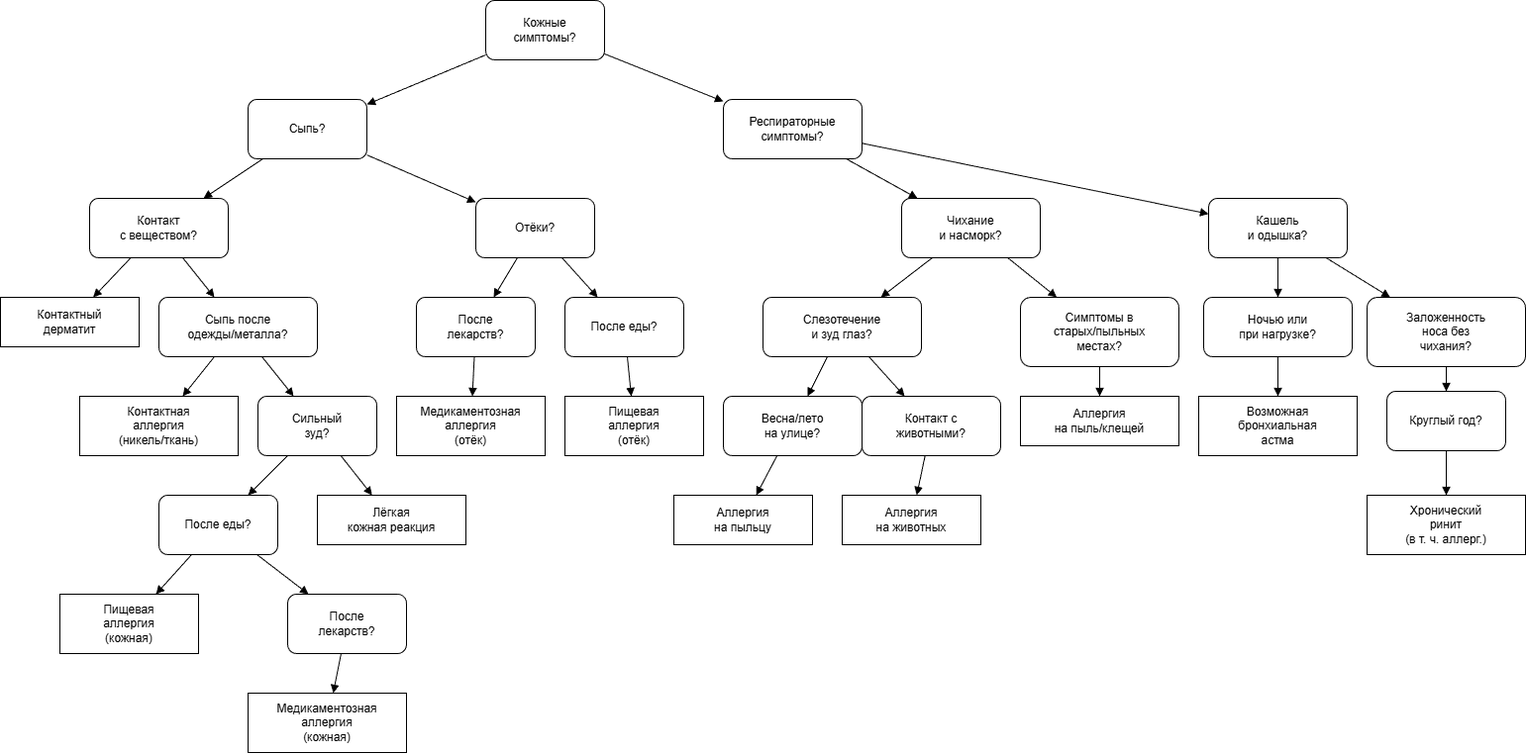
Before: Coursework/Tree_allergy.png, a diagram exported from draw.io (Le-one2k24/Graphs). Source tidied: cells renumbered, new cells last; positions are measured from the earlier drawing's top-left corner, leaving out a move shared by most shapes.
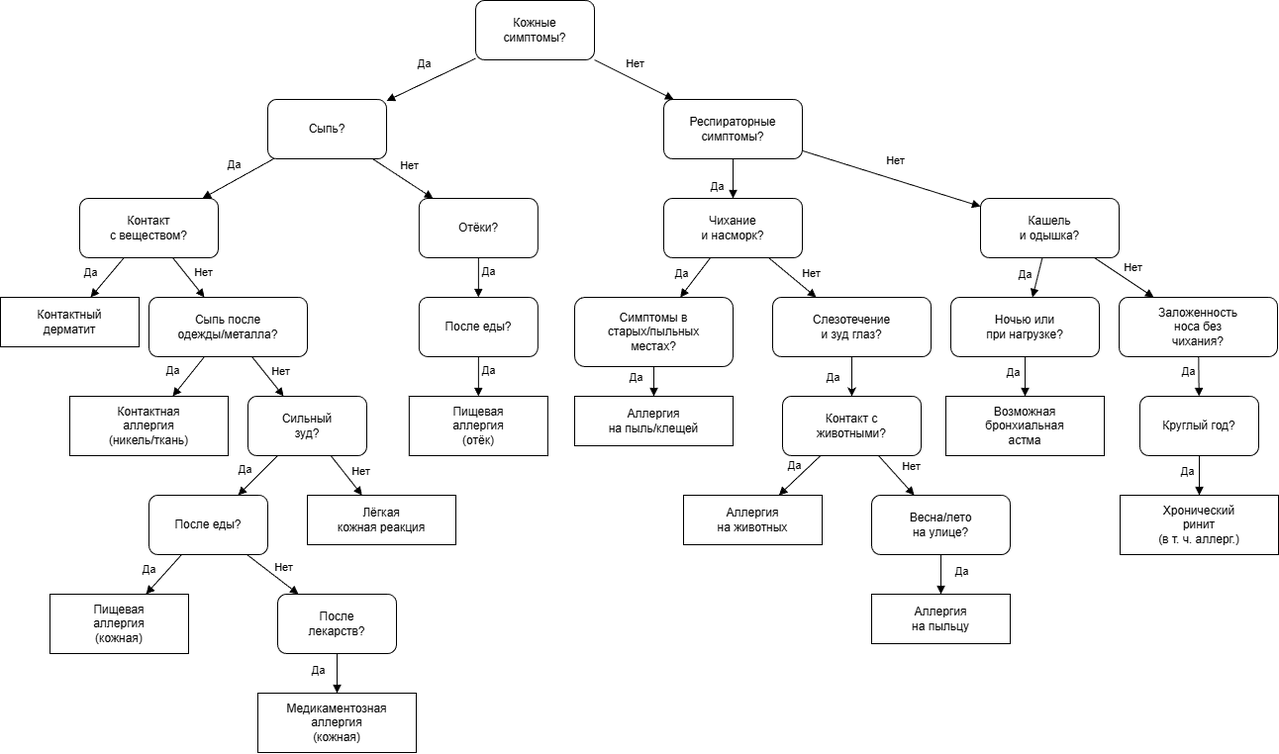
The same file after the commit.

The edit, as a diff of the source:
```diff
@@ -8,3 +8,3 @@
     <mxCell id="3" value="Сыпь?" style="rounded=1;whiteSpace=wrap;html=1;align=center;" parent="1" vertex="1">
-      <mxGeometry x="250" y="100" width="120" height="60" as="geometry" />
+      <mxGeometry x="280" y="100" width="120" height="60" as="geometry" />
     </mxCell>
@@ -13,4 +13,9 @@
     </mxCell>
+    <mxCell id="65" value="Да" style="edgeLabel;html=1;align=center;verticalAlign=middle;labelBackgroundColor=none;" parent="4" vertex="1">
+      <mxGeometry x="-0.12" y="-3" relative="1" as="geometry">
+        <mxPoint x="-11" y="-11" as="offset" />
+      </mxGeometry>
+    </mxCell>
     <mxCell id="5" value="Респираторные&#10;симптомы?" style="rounded=1;whiteSpace=wrap;html=1;align=center;" parent="1" vertex="1">
-      <mxGeometry x="730" y="100" width="140" height="60" as="geometry" />
+      <mxGeometry x="680" y="100" width="140" height="60" as="geometry" />
     </mxCell>
@@ -19,2 +24,7 @@
     </mxCell>
+    <mxCell id="66" value="Нет" style="edgeLabel;html=1;align=center;verticalAlign=middle;labelBackgroundColor=none;" parent="6" vertex="1">
+      <mxGeometry x="-0.15" y="-2" relative="1" as="geometry">
+        <mxPoint x="7" y="-15" as="offset" />
+      </mxGeometry>
+    </mxCell>
     <mxCell id="7" value="Контакт&#10;с веществом?" style="rounded=1;whiteSpace=wrap;html=1;align=center;" parent="1" vertex="1">
@@ -25,4 +35,9 @@
     </mxCell>
+    <mxCell id="67" value="Да" style="edgeLabel;html=1;align=center;verticalAlign=middle;labelBackgroundColor=none;" parent="8" vertex="1">
+      <mxGeometry x="-0.18" y="-3" relative="1" as="geometry">
+        <mxPoint x="-10" y="-8" as="offset" />
+      </mxGeometry>
+    </mxCell>
     <mxCell id="9" value="Отёки?" style="rounded=1;whiteSpace=wrap;html=1;align=center;" parent="1" vertex="1">
-      <mxGeometry x="480" y="200" width="120" height="60" as="geometry" />
+      <mxGeometry x="432.8" y="200" width="120" height="60" as="geometry" />
     </mxCell>
@@ -31,4 +46,9 @@
     </mxCell>
+    <mxCell id="68" value="Нет" style="edgeLabel;html=1;align=center;verticalAlign=middle;labelBackgroundColor=none;" parent="10" vertex="1">
+      <mxGeometry x="0.11" y="1" relative="1" as="geometry">
+        <mxPoint x="2" y="-15" as="offset" />
+      </mxGeometry>
+    </mxCell>
     <mxCell id="11" value="Контактный&#10;дерматит" style="shape=rectangle;rounded=0;whiteSpace=wrap;html=1;align=center;" parent="1" vertex="1">
-      <mxGeometry y="300" width="140" height="50" as="geometry" />
+      <mxGeometry x="10" y="300" width="140" height="50" as="geometry" />
     </mxCell>
@@ -37,2 +57,7 @@
     </mxCell>
+    <mxCell id="69" value="Да" style="edgeLabel;html=1;align=center;verticalAlign=middle;labelBackgroundColor=none;" parent="12" vertex="1">
+      <mxGeometry y="1" relative="1" as="geometry">
+        <mxPoint x="-18" y="-6" as="offset" />
+      </mxGeometry>
+    </mxCell>
     <mxCell id="13" value="Сыпь после&#10;одежды/металла?" style="rounded=1;whiteSpace=wrap;html=1;align=center;" parent="1" vertex="1">
@@ -43,2 +68,7 @@
     </mxCell>
+    <mxCell id="70" value="Нет" style="edgeLabel;html=1;align=center;verticalAlign=middle;labelBackgroundColor=none;" parent="14" vertex="1">
+      <mxGeometry x="-0.46" y="2" relative="1" as="geometry">
+        <mxPoint x="20" y="5" as="offset" />
+      </mxGeometry>
+    </mxCell>
     <mxCell id="15" value="Контактная&#10;аллергия&#10;(никель/ткань)" style="shape=rectangle;rounded=0;whiteSpace=wrap;html=1;align=center;" parent="1" vertex="1">
@@ -49,2 +79,7 @@
     </mxCell>
+    <mxCell id="71" value="Да" style="edgeLabel;html=1;align=center;verticalAlign=middle;labelBackgroundColor=none;" parent="16" vertex="1">
+      <mxGeometry x="-0.38" y="2" relative="1" as="geometry">
+        <mxPoint x="-24" as="offset" />
+      </mxGeometry>
+    </mxCell>
     <mxCell id="17" value="Сильный&#10;зуд?" style="rounded=1;whiteSpace=wrap;html=1;align=center;" parent="1" vertex="1">
@@ -55,2 +90,7 @@
     </mxCell>
+    <mxCell id="72" value="Нет" style="edgeLabel;html=1;align=center;verticalAlign=middle;labelBackgroundColor=none;" parent="18" vertex="1">
+      <mxGeometry x="-0.43" y="2" relative="1" as="geometry">
+        <mxPoint x="18" y="4" as="offset" />
+      </mxGeometry>
+    </mxCell>
     <mxCell id="19" value="После еды?" style="rounded=1;whiteSpace=wrap;html=1;align=center;" parent="1" vertex="1">
@@ -61,2 +101,7 @@
     </mxCell>
+    <mxCell id="73" value="Да" style="edgeLabel;html=1;align=center;verticalAlign=middle;labelBackgroundColor=none;" parent="20" vertex="1">
+      <mxGeometry x="-0.13" y="-3" relative="1" as="geometry">
+        <mxPoint x="-14" y="-2" as="offset" />
+      </mxGeometry>
+    </mxCell>
     <mxCell id="21" value="Пищевая&#10;аллергия&#10;(кожная)" style="shape=rectangle;rounded=0;whiteSpace=wrap;html=1;align=center;" parent="1" vertex="1">
@@ -67,2 +112,7 @@
     </mxCell>
+    <mxCell id="74" value="Да" style="edgeLabel;html=1;align=center;verticalAlign=middle;labelBackgroundColor=none;" parent="22" vertex="1">
+      <mxGeometry y="-1" relative="1" as="geometry">
+        <mxPoint x="-14" y="-5" as="offset" />
+      </mxGeometry>
+    </mxCell>
     <mxCell id="23" value="После&#10;лекарств?" style="rounded=1;whiteSpace=wrap;html=1;align=center;" parent="1" vertex="1">
@@ -73,4 +123,9 @@
     </mxCell>
+    <mxCell id="75" value="Нет" style="edgeLabel;html=1;align=center;verticalAlign=middle;labelBackgroundColor=none;" parent="24" vertex="1">
+      <mxGeometry x="0.2" relative="1" as="geometry">
+        <mxPoint x="6" y="-11" as="offset" />
+      </mxGeometry>
+    </mxCell>
     <mxCell id="25" value="Медикаментозная&#10;аллергия&#10;(кожная)" style="shape=rectangle;rounded=0;whiteSpace=wrap;html=1;align=center;" parent="1" vertex="1">
-      <mxGeometry x="250" y="700" width="160" height="60" as="geometry" />
+      <mxGeometry x="270" y="700" width="160" height="60" as="geometry" />
     </mxCell>
@@ -79,2 +134,7 @@
     </mxCell>
+    <mxCell id="76" value="Да" style="edgeLabel;html=1;align=center;verticalAlign=middle;labelBackgroundColor=none;" parent="26" vertex="1">
+      <mxGeometry x="-0.46" y="3" relative="1" as="geometry">
+        <mxPoint x="-23" y="6" as="offset" />
+      </mxGeometry>
+    </mxCell>
     <mxCell id="27" value="Лёгкая&#10;кожная реакция" style="shape=rectangle;rounded=0;whiteSpace=wrap;html=1;align=center;" parent="1" vertex="1">
@@ -85,10 +145,9 @@
     </mxCell>
-    <mxCell id="29" value="После&#10;лекарств?" style="rounded=1;whiteSpace=wrap;html=1;align=center;" parent="1" vertex="1">
-      <mxGeometry x="420" y="300" width="120" height="60" as="geometry" />
-    </mxCell>
-    <mxCell id="30" style="endArrow=block;html=1;" parent="1" edge="1" source="9" target="29">
-      <mxGeometry relative="1" as="geometry" />
-    </mxCell>
+    <mxCell id="77" value="Нет" style="edgeLabel;html=1;align=center;verticalAlign=middle;labelBackgroundColor=none;" parent="28" vertex="1">
+      <mxGeometry x="-0.27" y="4" relative="1" as="geometry">
+        <mxPoint x="15" y="3" as="offset" />
+      </mxGeometry>
+    </mxCell>
     <mxCell id="31" value="После еды?" style="rounded=1;whiteSpace=wrap;html=1;align=center;" parent="1" vertex="1">
-      <mxGeometry x="570" y="300" width="120" height="60" as="geometry" />
+      <mxGeometry x="432.8" y="300" width="120" height="60" as="geometry" />
     </mxCell>
@@ -97,10 +156,9 @@
     </mxCell>
-    <mxCell id="33" value="Медикаментозная&#10;аллергия&#10;(отёк)" style="shape=rectangle;rounded=0;whiteSpace=wrap;html=1;align=center;" parent="1" vertex="1">
-      <mxGeometry x="400" y="400" width="150" height="60" as="geometry" />
-    </mxCell>
-    <mxCell id="34" style="endArrow=block;html=1;" parent="1" edge="1" source="29" target="33">
-      <mxGeometry relative="1" as="geometry" />
-    </mxCell>
+    <mxCell id="78" value="Да" style="edgeLabel;html=1;align=center;verticalAlign=middle;labelBackgroundColor=none;" parent="32" vertex="1">
+      <mxGeometry x="-0.3" y="3" relative="1" as="geometry">
+        <mxPoint x="7" as="offset" />
+      </mxGeometry>
+    </mxCell>
     <mxCell id="35" value="Пищевая&#10;аллергия&#10;(отёк)" style="shape=rectangle;rounded=0;whiteSpace=wrap;html=1;align=center;" parent="1" vertex="1">
-      <mxGeometry x="570" y="400" width="140" height="60" as="geometry" />
+      <mxGeometry x="422.8" y="400" width="140" height="60" as="geometry" />
     </mxCell>
@@ -109,4 +167,9 @@
     </mxCell>
+    <mxCell id="79" value="Да" style="edgeLabel;html=1;align=center;verticalAlign=middle;labelBackgroundColor=none;" parent="36" vertex="1">
+      <mxGeometry x="-0.25" y="-1" relative="1" as="geometry">
+        <mxPoint x="11" y="-1" as="offset" />
+      </mxGeometry>
+    </mxCell>
     <mxCell id="37" value="Чихание&#10;и насморк?" style="rounded=1;whiteSpace=wrap;html=1;align=center;" parent="1" vertex="1">
-      <mxGeometry x="910" y="200" width="140" height="60" as="geometry" />
+      <mxGeometry x="680" y="200" width="140" height="60" as="geometry" />
     </mxCell>
@@ -115,4 +178,9 @@
     </mxCell>
+    <mxCell id="80" value="Да" style="edgeLabel;html=1;align=center;verticalAlign=middle;labelBackgroundColor=none;" parent="38" vertex="1">
+      <mxGeometry x="0.16" y="-3" relative="1" as="geometry">
+        <mxPoint x="-14" y="4" as="offset" />
+      </mxGeometry>
+    </mxCell>
     <mxCell id="39" value="Кашель&#10;и одышка?" style="rounded=1;whiteSpace=wrap;html=1;align=center;" parent="1" vertex="1">
-      <mxGeometry x="1220" y="200" width="140" height="60" as="geometry" />
+      <mxGeometry x="1000" y="200" width="140" height="60" as="geometry" />
     </mxCell>
@@ -121,4 +189,9 @@
     </mxCell>
+    <mxCell id="81" value="Нет" style="edgeLabel;html=1;align=center;verticalAlign=middle;labelBackgroundColor=none;" parent="40" vertex="1">
+      <mxGeometry x="-0.22" y="2" relative="1" as="geometry">
+        <mxPoint x="23" y="-10" as="offset" />
+      </mxGeometry>
+    </mxCell>
     <mxCell id="41" value="Слезотечение&#10;и зуд глаз?" style="rounded=1;whiteSpace=wrap;html=1;align=center;" parent="1" vertex="1">
-      <mxGeometry x="770" y="300" width="160" height="60" as="geometry" />
+      <mxGeometry x="790" y="300" width="160" height="60" as="geometry" />
     </mxCell>
@@ -127,4 +200,9 @@
     </mxCell>
+    <mxCell id="82" value="Нет" style="edgeLabel;html=1;align=center;verticalAlign=middle;labelBackgroundColor=none;" parent="42" vertex="1">
+      <mxGeometry x="0.1" y="-3" relative="1" as="geometry">
+        <mxPoint x="18" y="-9" as="offset" />
+      </mxGeometry>
+    </mxCell>
     <mxCell id="43" value="Симптомы в&#10;старых/пыльных&#10;местах?" style="rounded=1;whiteSpace=wrap;html=1;align=center;" parent="1" vertex="1">
-      <mxGeometry x="1030" y="300" width="160" height="70" as="geometry" />
+      <mxGeometry x="590" y="300" width="160" height="70" as="geometry" />
     </mxCell>
@@ -133,16 +211,23 @@
     </mxCell>
+    <mxCell id="83" value="Да" style="edgeLabel;html=1;align=center;verticalAlign=middle;labelBackgroundColor=none;" parent="44" vertex="1">
+      <mxGeometry x="0.01" y="2" relative="1" as="geometry">
+        <mxPoint x="-16" y="-6" as="offset" />
+      </mxGeometry>
+    </mxCell>
     <mxCell id="45" value="Весна/лето&#10;на улице?" style="rounded=1;whiteSpace=wrap;html=1;align=center;" parent="1" vertex="1">
-      <mxGeometry x="730" y="400" width="140" height="60" as="geometry" />
+      <mxGeometry x="890" y="500" width="140" height="60" as="geometry" />
     </mxCell>
-    <mxCell id="46" style="endArrow=block;html=1;" parent="1" edge="1" source="41" target="45">
+    <mxCell id="46" style="endArrow=block;html=1;" parent="1" edge="1" source="47" target="45">
       <mxGeometry relative="1" as="geometry" />
     </mxCell>
+    <mxCell id="84" value="Нет" style="edgeLabel;html=1;align=center;verticalAlign=middle;labelBackgroundColor=none;" parent="46" vertex="1">
+      <mxGeometry x="0.03" relative="1" as="geometry">
+        <mxPoint x="14" y="-10" as="offset" />
+      </mxGeometry>
+    </mxCell>
     <mxCell id="47" value="Контакт с&#10;животными?" style="rounded=1;whiteSpace=wrap;html=1;align=center;" parent="1" vertex="1">
-      <mxGeometry x="870" y="400" width="140" height="60" as="geometry" />
+      <mxGeometry x="800" y="400" width="140" height="60" as="geometry" />
     </mxCell>
-    <mxCell id="48" style="endArrow=block;html=1;" parent="1" edge="1" source="41" target="47">
-      <mxGeometry relative="1" as="geometry" />
-    </mxCell>
     <mxCell id="49" value="Аллергия&#10;на пыльцу" style="shape=rectangle;rounded=0;whiteSpace=wrap;html=1;align=center;" parent="1" vertex="1">
-      <mxGeometry x="680" y="500" width="140" height="50" as="geometry" />
+      <mxGeometry x="890" y="600" width="140" height="50" as="geometry" />
     </mxCell>
@@ -151,4 +236,9 @@
     </mxCell>
+    <mxCell id="85" value="Да" style="edgeLabel;html=1;align=center;verticalAlign=middle;labelBackgroundColor=none;" parent="50" vertex="1">
+      <mxGeometry x="-0.18" y="-4" relative="1" as="geometry">
+        <mxPoint x="24" as="offset" />
+      </mxGeometry>
+    </mxCell>
     <mxCell id="51" value="Аллергия&#10;на животных" style="shape=rectangle;rounded=0;whiteSpace=wrap;html=1;align=center;" parent="1" vertex="1">
-      <mxGeometry x="850" y="500" width="140" height="50" as="geometry" />
+      <mxGeometry x="700" y="500" width="140" height="50" as="geometry" />
     </mxCell>
@@ -157,4 +247,9 @@
     </mxCell>
+    <mxCell id="86" value="Да" style="edgeLabel;html=1;align=center;verticalAlign=middle;labelBackgroundColor=none;" parent="52" vertex="1">
+      <mxGeometry x="0.02" relative="1" as="geometry">
+        <mxPoint x="-6" y="-11" as="offset" />
+      </mxGeometry>
+    </mxCell>
     <mxCell id="53" value="Аллергия&#10;на пыль/клещей" style="shape=rectangle;rounded=0;whiteSpace=wrap;html=1;align=center;" parent="1" vertex="1">
-      <mxGeometry x="1030" y="400" width="160" height="50" as="geometry" />
+      <mxGeometry x="590" y="400" width="160" height="50" as="geometry" />
     </mxCell>
@@ -163,4 +258,9 @@
     </mxCell>
+    <mxCell id="87" value="Да" style="edgeLabel;html=1;align=center;verticalAlign=middle;labelBackgroundColor=none;" parent="54" vertex="1">
+      <mxGeometry x="-0.41" relative="1" as="geometry">
+        <mxPoint x="-19" y="2" as="offset" />
+      </mxGeometry>
+    </mxCell>
     <mxCell id="55" value="Ночью или&#10;при нагрузке?" style="rounded=1;whiteSpace=wrap;html=1;align=center;" parent="1" vertex="1">
-      <mxGeometry x="1215" y="300" width="150" height="60" as="geometry" />
+      <mxGeometry x="970" y="300" width="150" height="60" as="geometry" />
     </mxCell>
@@ -169,4 +269,9 @@
     </mxCell>
+    <mxCell id="88" value="Да" style="edgeLabel;html=1;align=center;verticalAlign=middle;labelBackgroundColor=none;" parent="56" vertex="1">
+      <mxGeometry x="-0.3" y="-2" relative="1" as="geometry">
+        <mxPoint x="-13" y="3" as="offset" />
+      </mxGeometry>
+    </mxCell>
     <mxCell id="57" value="Заложенность&#10;носа без&#10;чихания?" style="rounded=1;whiteSpace=wrap;html=1;align=center;" parent="1" vertex="1">
-      <mxGeometry x="1380" y="300" width="160" height="70" as="geometry" />
+      <mxGeometry x="1140" y="300" width="160" height="60" as="geometry" />
     </mxCell>
@@ -175,4 +280,9 @@
     </mxCell>
+    <mxCell id="89" value="Нет" style="edgeLabel;html=1;align=center;verticalAlign=middle;labelBackgroundColor=none;" parent="58" vertex="1">
+      <mxGeometry x="0.05" y="-3" relative="1" as="geometry">
+        <mxPoint x="9" y="-14" as="offset" />
+      </mxGeometry>
+    </mxCell>
     <mxCell id="59" value="Возможная&#10;бронхиальная&#10;астма" style="shape=rectangle;rounded=0;whiteSpace=wrap;html=1;align=center;" parent="1" vertex="1">
-      <mxGeometry x="1210" y="400" width="160" height="60" as="geometry" />
+      <mxGeometry x="965" y="400" width="160" height="60" as="geometry" />
     </mxCell>
@@ -181,4 +291,9 @@
     </mxCell>
+    <mxCell id="90" value="Да" style="edgeLabel;html=1;align=center;verticalAlign=middle;labelBackgroundColor=none;" parent="60" vertex="1">
+      <mxGeometry x="-0.17" relative="1" as="geometry">
+        <mxPoint x="-13" y="-1" as="offset" />
+      </mxGeometry>
+    </mxCell>
     <mxCell id="61" value="Круглый год?" style="rounded=1;whiteSpace=wrap;html=1;align=center;" parent="1" vertex="1">
-      <mxGeometry x="1400" y="395" width="120" height="60" as="geometry" />
+      <mxGeometry x="1161" y="400" width="120" height="60" as="geometry" />
     </mxCell>
@@ -187,4 +302,9 @@
     </mxCell>
+    <mxCell id="91" value="Да" style="edgeLabel;html=1;align=center;verticalAlign=middle;labelBackgroundColor=none;" parent="62" vertex="1">
+      <mxGeometry x="-0.04" y="-1" relative="1" as="geometry">
+        <mxPoint x="-10" y="-4" as="offset" />
+      </mxGeometry>
+    </mxCell>
     <mxCell id="63" value="Хронический&#10;ринит&#10;(в т. ч. аллерг.)" style="shape=rectangle;rounded=0;whiteSpace=wrap;html=1;align=center;" parent="1" vertex="1">
-      <mxGeometry x="1380" y="500" width="160" height="60" as="geometry" />
+      <mxGeometry x="1141" y="500" width="160" height="60" as="geometry" />
     </mxCell>
@@ -193,2 +313,15 @@
     </mxCell>
+    <mxCell id="92" value="Да" style="edgeLabel;html=1;align=center;verticalAlign=middle;labelBackgroundColor=none;" parent="64" vertex="1">
+      <mxGeometry x="-0.26" y="-1" relative="1" as="geometry">
+        <mxPoint x="-12" y="1" as="offset" />
+      </mxGeometry>
+    </mxCell>
+    <mxCell id="48" style="endArrow=classic;html=1;rounded=0;" parent="1" edge="1" source="41" target="47">
+      <mxGeometry relative="1" as="geometry" />
+    </mxCell>
+    <mxCell id="93" value="Да" style="edgeLabel;html=1;align=center;verticalAlign=middle;labelBackgroundColor=none;" parent="48" vertex="1">
+      <mxGeometry x="0.21" y="-1" relative="1" as="geometry">
+        <mxPoint x="-19" y="-4" as="offset" />
+      </mxGeometry>
+    </mxCell>
   </root>
```
